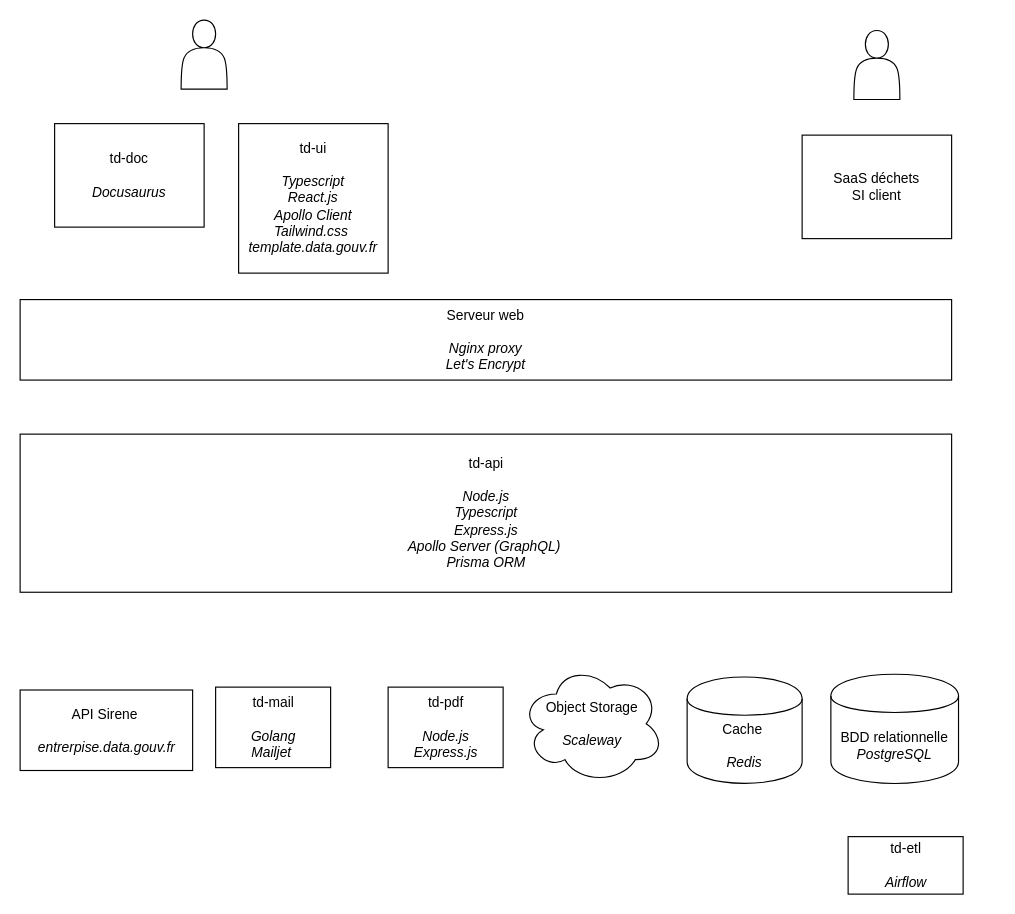
Above: stack.drawio in MTES-MCT/trackdechets (draw.io), before the change. Source tidied: cells renumbered, new cells numbered last; positions are measured from the earlier drawing's top-left corner, leaving out a move shared by most shapes. Both pictures are drawn from the tidied source at 115%, with x=0, y=0 at pixel (20, 20). Pictures stored in the file or linked from it are replaced by grey dashed boxes.
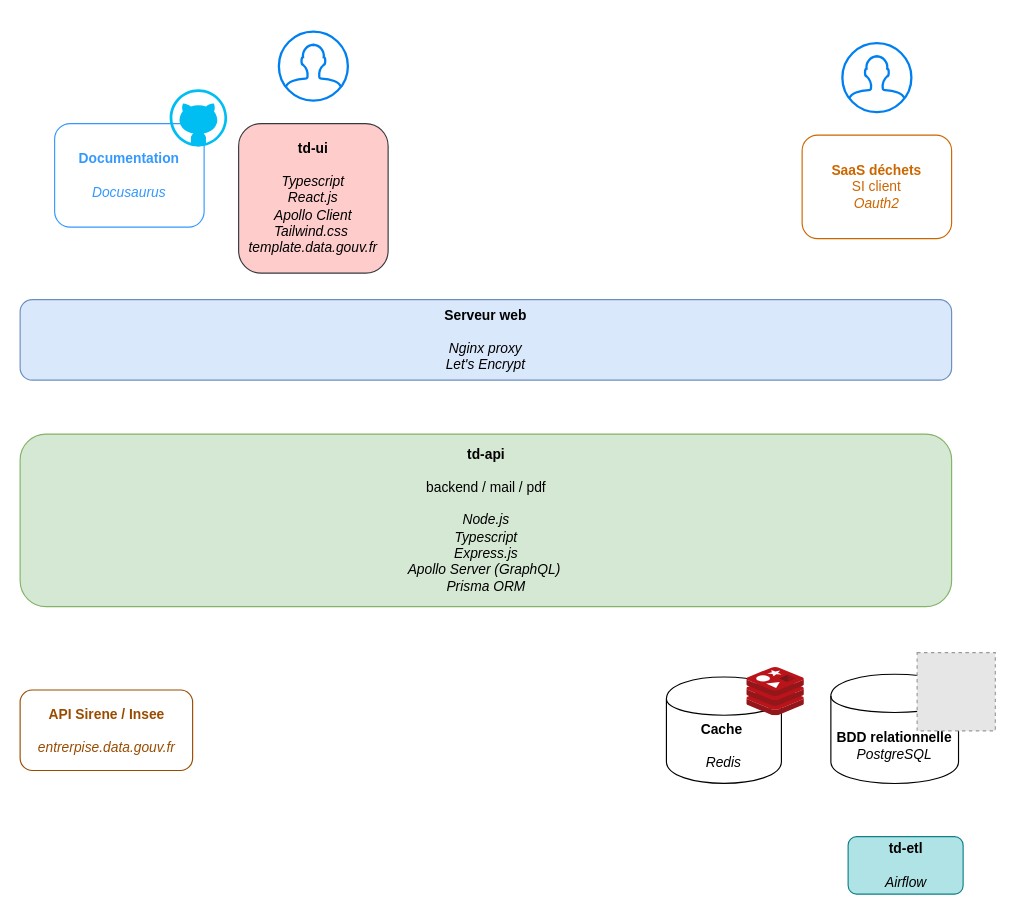
The same page after the edit.

Commit message (it also covers changes not shown here):
Update architecture schema

Diff of the diagram source:
```diff
@@
 <mxGraphModel>
   <root>
     <mxCell id="0" />
     <mxCell id="1" parent="0" />
-    <mxCell id="2" style="shape=actor;whiteSpace=wrap;html=1;" parent="1" vertex="1">
-      <mxGeometry x="140" width="40" height="60" as="geometry" />
-    </mxCell>
-    <mxCell id="3" value="Serveur web&lt;br&gt;&lt;br&gt;&lt;i&gt;Nginx proxy&lt;br&gt;Let's Encrypt&lt;br&gt;&lt;/i&gt;" style="rounded=0;whiteSpace=wrap;html=1;" parent="1" vertex="1">
+    <mxCell id="3" value="&lt;b&gt;Serveur web&lt;/b&gt;&lt;br&gt;&lt;br&gt;&lt;i&gt;Nginx proxy&lt;br&gt;Let's Encrypt&lt;br&gt;&lt;/i&gt;" style="rounded=1;whiteSpace=wrap;html=1;fillColor=#dae8fc;strokeColor=#6c8ebf;" parent="1" vertex="1">
       <mxGeometry y="243" width="810" height="70" as="geometry" />
     </mxCell>
-    <mxCell id="4" value="td-ui&lt;br&gt;&lt;br&gt;&lt;i&gt;Typescript&lt;br&gt;React.js&lt;br&gt;Apollo Client&lt;br&gt;Tailwind.css&amp;nbsp;&lt;br&gt;template.data.gouv.fr&lt;br&gt;&lt;/i&gt;" style="rounded=0;whiteSpace=wrap;html=1;" parent="1" vertex="1">
+    <mxCell id="4" value="&lt;b&gt;td-ui&lt;/b&gt;&lt;br&gt;&lt;br&gt;&lt;i&gt;Typescript&lt;br&gt;React.js&lt;br&gt;Apollo Client&lt;br&gt;Tailwind.css&amp;nbsp;&lt;br&gt;template.data.gouv.fr&lt;br&gt;&lt;/i&gt;" style="rounded=1;whiteSpace=wrap;html=1;strokeColor=#36393d;fillColor=#ffcccc;" parent="1" vertex="1">
       <mxGeometry x="190" y="90" width="130" height="130" as="geometry" />
     </mxCell>
-    <mxCell id="5" value="SaaS déchets &lt;br&gt;SI client&lt;i&gt;&lt;br&gt;&lt;/i&gt;" style="rounded=0;whiteSpace=wrap;html=1;" parent="1" vertex="1">
-      <mxGeometry x="680" y="100" width="130" height="90" as="geometry" />
-    </mxCell>
-    <mxCell id="6" style="shape=actor;whiteSpace=wrap;html=1;" parent="1" vertex="1">
-      <mxGeometry x="725" y="9" width="40" height="60" as="geometry" />
-    </mxCell>
+    <mxCell id="16" value="&lt;font color=&quot;#CC6600&quot;&gt;&lt;b&gt;SaaS déchets &lt;/b&gt;&lt;br&gt;&lt;/font&gt;&lt;div&gt;&lt;font color=&quot;#CC6600&quot;&gt;SI client&lt;i&gt;&lt;br&gt;&lt;/i&gt;&lt;/font&gt;&lt;/div&gt;&lt;div&gt;&lt;font color=&quot;#CC6600&quot;&gt;&lt;i&gt;Oauth2&lt;/i&gt;&lt;/font&gt;&lt;br&gt;&lt;/div&gt;" style="rounded=1;whiteSpace=wrap;html=1;strokeColor=#CC6600;" parent="1" vertex="1">
+      <mxGeometry x="680" y="100" width="130" height="90" as="geometry" />
+    </mxCell>
-    <mxCell id="7" value="BDD relationnelle&lt;br&gt;&lt;i&gt;PostgreSQL&lt;/i&gt;" style="shape=cylinder;whiteSpace=wrap;html=1;boundedLbl=1;backgroundOutline=1;" parent="1" vertex="1">
+    <mxCell id="7" value="&lt;b&gt;BDD relationnelle&lt;/b&gt;&lt;br&gt;&lt;i&gt;PostgreSQL&lt;/i&gt;" style="shape=cylinder;whiteSpace=wrap;html=1;boundedLbl=1;backgroundOutline=1;" parent="1" vertex="1">
       <mxGeometry x="705" y="568.8" width="111" height="95" as="geometry" />
     </mxCell>
-    <mxCell id="8" value="Cache&amp;nbsp;&lt;br&gt;&lt;br&gt;&lt;i&gt;Redis&lt;/i&gt;" style="shape=cylinder;whiteSpace=wrap;html=1;boundedLbl=1;backgroundOutline=1;" parent="1" vertex="1">
-      <mxGeometry x="580" y="571.2" width="100" height="92.5" as="geometry" />
+    <mxCell id="8" value="&lt;b&gt;Cache&amp;nbsp;&lt;/b&gt;&lt;br&gt;&lt;br&gt;&lt;i&gt;Redis&lt;/i&gt;" style="shape=cylinder;whiteSpace=wrap;html=1;boundedLbl=1;backgroundOutline=1;" parent="1" vertex="1">
+      <mxGeometry x="562" y="571.2" width="100" height="92.5" as="geometry" />
     </mxCell>
-    <mxCell id="9" value="Object Storage&lt;br&gt;&lt;br&gt;&lt;i&gt;Scaleway&lt;/i&gt;" style="shape=cloud;whiteSpace=wrap;html=1;" parent="1" vertex="1">
-      <mxGeometry x="435" y="560" width="125" height="103.8" as="geometry" />
-    </mxCell>
-    <mxCell id="10" value="&lt;span&gt;td-api&lt;/span&gt;&lt;br&gt;&lt;i&gt;&lt;br&gt;Node.js&lt;br&gt;Typescript&lt;br&gt;Express.js&lt;br&gt;Apollo Server (GraphQL)&amp;nbsp;&lt;br&gt;Prisma ORM&lt;/i&gt;" style="html=1;dashed=0;whitespace=wrap;" parent="1" vertex="1">
-      <mxGeometry y="360" width="810" height="137.5" as="geometry" />
-    </mxCell>
-    <mxCell id="11" value="td-mail&lt;br&gt;&lt;br&gt;&lt;i&gt;Golang&lt;br&gt;Mailjet&amp;nbsp;&lt;br&gt;&lt;/i&gt;" style="html=1;dashed=0;whitespace=wrap;" parent="1" vertex="1">
-      <mxGeometry x="170" y="580" width="100" height="70" as="geometry" />
-    </mxCell>
-    <mxCell id="12" value="td-pdf&lt;br&gt;&lt;br&gt;&lt;i&gt;Node.js&lt;br&gt;Express.js&lt;br&gt;&lt;/i&gt;" style="html=1;dashed=0;whitespace=wrap;" parent="1" vertex="1">
-      <mxGeometry x="320" y="580" width="100" height="70" as="geometry" />
-    </mxCell>
-    <mxCell id="13" value="td-doc&lt;br&gt;&lt;br&gt;&lt;i&gt;Docusaurus&lt;br&gt;&lt;/i&gt;" style="rounded=0;whiteSpace=wrap;html=1;" parent="1" vertex="1">
-      <mxGeometry x="30" y="90" width="130" height="90" as="geometry" />
-    </mxCell>
+    <mxCell id="17" value="&lt;div&gt;&lt;b&gt;&lt;span&gt;td-api&lt;/span&gt;&lt;/b&gt;&lt;/div&gt;&lt;div&gt;&lt;b&gt;&lt;span&gt;&lt;br&gt;&lt;/span&gt;&lt;/b&gt;&lt;/div&gt;&lt;div&gt;&lt;span&gt;backend / mail / pdf &lt;/span&gt;&lt;b&gt;&lt;span&gt;&lt;br&gt;&lt;/span&gt;&lt;/b&gt;&lt;/div&gt;&lt;i&gt;&lt;br&gt;Node.js&lt;br&gt;Typescript&lt;br&gt;Express.js&lt;br&gt;Apollo Server (GraphQL)&amp;nbsp;&lt;br&gt;Prisma ORM&lt;/i&gt;" style="html=1;dashed=0;whitespace=wrap;fillColor=#d5e8d4;strokeColor=#82b366;rounded=1;" parent="1" vertex="1">
+      <mxGeometry y="360" width="810" height="150" as="geometry" />
+    </mxCell>
+    <mxCell id="18" value="&lt;font color=&quot;#3399FF&quot;&gt;&lt;b&gt;Documentation&lt;/b&gt;&lt;br&gt;&lt;br&gt;&lt;i&gt;Docusaurus&lt;br&gt;&lt;/i&gt;&lt;/font&gt;" style="rounded=1;whiteSpace=wrap;html=1;strokeColor=#3399FF;" parent="1" vertex="1">
+      <mxGeometry x="30" y="90" width="130" height="90" as="geometry" />
+    </mxCell>
-    <mxCell id="14" value="td-etl&lt;br&gt;&lt;br&gt;&lt;i&gt;Airflow&lt;/i&gt;" style="html=1;dashed=0;whitespace=wrap;" parent="1" vertex="1">
+    <mxCell id="14" value="&lt;b&gt;td-etl&lt;/b&gt;&lt;br&gt;&lt;br&gt;&lt;i&gt;Airflow&lt;/i&gt;" style="html=1;dashed=0;whitespace=wrap;rounded=1;fillColor=#b0e3e6;strokeColor=#0e8088;" parent="1" vertex="1">
       <mxGeometry x="720" y="710" width="100" height="50" as="geometry" />
     </mxCell>
-    <mxCell id="15" value="API Sirene&amp;nbsp;&lt;br&gt;&lt;br&gt;&lt;i&gt;entrerpise.data.gouv.fr&lt;/i&gt;" style="html=1;dashed=0;whitespace=wrap;" parent="1" vertex="1">
-      <mxGeometry y="582.5" width="150" height="70" as="geometry" />
-    </mxCell>
+    <mxCell id="19" value="&lt;font color=&quot;#994C00&quot;&gt;&lt;b&gt;API Sirene / Insee&lt;/b&gt;&lt;br&gt;&lt;br&gt;&lt;i&gt;entrerpise.data.gouv.fr&lt;/i&gt;&lt;/font&gt;" style="html=1;dashed=0;whitespace=wrap;rounded=1;fillColor=none;strokeColor=#994C00;" parent="1" vertex="1">
+      <mxGeometry y="582.5" width="150" height="70" as="geometry" />
+    </mxCell>
+    <mxCell id="20" style="html=1;verticalLabelPosition=bottom;align=center;labelBackgroundColor=#ffffff;verticalAlign=top;strokeWidth=2;strokeColor=#0080F0;shadow=0;dashed=0;shape=mxgraph.ios7.icons.user;" parent="1" vertex="1">
+      <mxGeometry x="225" y="10" width="60" height="60" as="geometry" />
+    </mxCell>
+    <mxCell id="21" style="verticalLabelPosition=bottom;html=1;verticalAlign=top;align=center;strokeColor=none;fillColor=#00BEF2;shape=mxgraph.azure.github_code;" parent="1" vertex="1">
+      <mxGeometry x="130" y="60" width="50" height="50" as="geometry" />
+    </mxCell>
+    <mxCell id="22" style="fillColor=#E6E6E6;strokeColor=#999999;dashed=1;html=1;verticalAlign=top;verticalLabelPosition=bottom;labelBackgroundColor=#ffffff;" parent="1" vertex="1">
+      <mxGeometry x="780" y="550" width="68" height="68" as="geometry" />
+    </mxCell>
+    <mxCell id="23" style="html=1;align=center;image;fontSize=12;image=img/lib/mscae/Cache_Redis_Product.svg;rounded=1;strokeColor=#CC6600;" parent="1" vertex="1">
+      <mxGeometry x="632" y="563" width="50" height="42" as="geometry" />
+    </mxCell>
+    <mxCell id="24" style="html=1;verticalLabelPosition=bottom;align=center;labelBackgroundColor=#ffffff;verticalAlign=top;strokeWidth=2;strokeColor=#0080F0;shadow=0;dashed=0;shape=mxgraph.ios7.icons.user;" parent="1" vertex="1">
+      <mxGeometry x="715" y="20" width="60" height="60" as="geometry" />
+    </mxCell>
   </root>
 </mxGraphModel>
```
